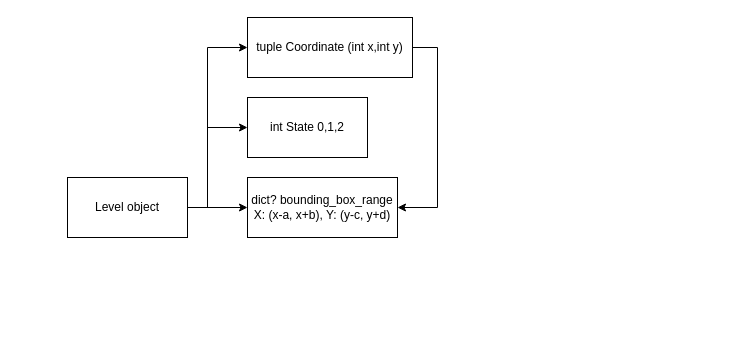
Above: 3-31-25.drawio in fmorale7/fmorale7.github.io (draw.io), before the change. Source tidied: cells renumbered, new cells numbered last; positions are measured from the earlier drawing's top-left corner, leaving out a move shared by most shapes. Both pictures are drawn from the tidied source at 100%, with x=0, y=0 at pixel (67, 17).
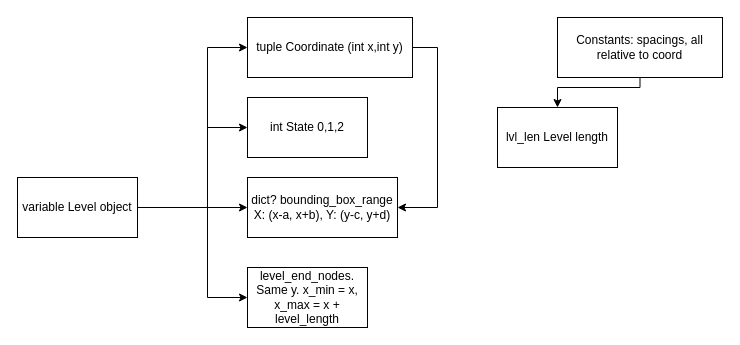
Above is the later version.

Diff of the diagram source:
```diff
@@
+    <mxCell id="10" style="edgeStyle=orthogonalEdgeStyle;rounded=0;jettySize=auto;html=1;" parent="1" edge="1" source="5" target="11">
+      <mxGeometry relative="1" as="geometry">
+        <Array as="points">
+          <mxPoint x="140" y="190" />
+          <mxPoint x="140" y="280" />
+        </Array>
+      </mxGeometry>
+    </mxCell>
-    <mxCell id="5" value="Level object" style="whiteSpace=wrap;html=1;" parent="1" vertex="1">
-      <mxGeometry y="160" width="120" height="60" as="geometry" />
+    <mxCell id="5" value="variable Level object" style="whiteSpace=wrap;html=1;" parent="1" vertex="1">
+      <mxGeometry x="-50" y="160" width="120" height="60" as="geometry" />
     </mxCell>
@@
+    <mxCell id="11" value="level_end_nodes. Same y. x_min = x, x_max = x + level_length" style="whiteSpace=wrap;html=1;" parent="1" vertex="1">
+      <mxGeometry x="180" y="250" width="120" height="60" as="geometry" />
+    </mxCell>
+    <mxCell id="12" style="edgeStyle=orthogonalEdgeStyle;rounded=0;jettySize=auto;html=1;" parent="1" edge="1" source="13" target="14">
+      <mxGeometry relative="1" as="geometry">
+        <Array as="points">
+          <mxPoint x="573" y="70" />
+          <mxPoint x="490" y="70" />
+        </Array>
+      </mxGeometry>
+    </mxCell>
+    <mxCell id="13" value="Constants: spacings, all relative to coord" style="whiteSpace=wrap;html=1;" parent="1" vertex="1">
+      <mxGeometry x="490" width="165" height="60" as="geometry" />
+    </mxCell>
+    <mxCell id="14" value="lvl_len Level length" style="whiteSpace=wrap;html=1;" parent="1" vertex="1">
+      <mxGeometry x="430" y="90" width="120" height="60" as="geometry" />
+    </mxCell>
```
